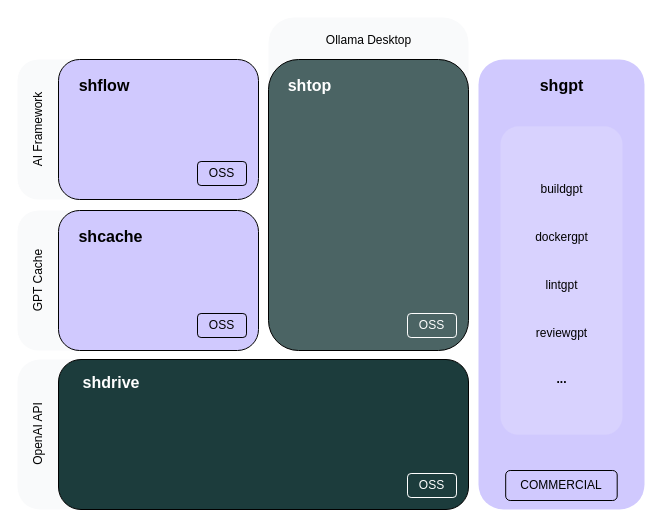
Before: diagram.drawio in ai-flowx/.github, a draw.io diagram. Source tidied: cells renumbered, new cells numbered last; positions are measured from the earlier drawing's top-left corner, leaving out a move shared by most shapes. Both pictures are drawn from the tidied source at 100%, with x=0, y=0 at pixel (17, 17).
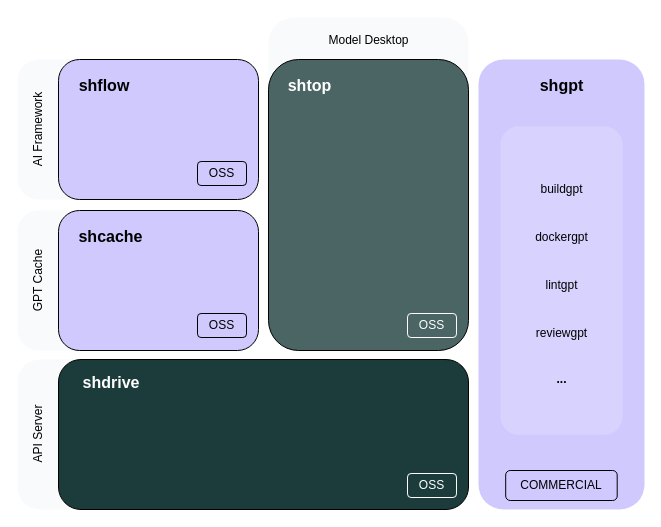
After the change.

The edit, as a diff of the source:
```diff
@@
-    <mxCell id="27" value="Ollama Desktop" style="text;html=1;strokeColor=none;fillColor=none;align=center;verticalAlign=middle;whiteSpace=wrap;rounded=1;fontStyle=0;fontColor=#000000;" parent="1" vertex="1">
+    <mxCell id="27" value="Model Desktop" style="text;html=1;strokeColor=none;fillColor=none;align=center;verticalAlign=middle;whiteSpace=wrap;rounded=1;fontStyle=0;fontColor=#000000;" parent="1" vertex="1">
       <mxGeometry x="302.8" y="11" width="96.5" height="24" as="geometry" />
     </mxCell>
-    <mxCell id="28" value="OpenAI API" style="text;html=1;strokeColor=none;fillColor=none;align=center;verticalAlign=middle;whiteSpace=wrap;rounded=1;fontStyle=0;fontColor=#000000;horizontal=0;" parent="1" vertex="1">
+    <mxCell id="28" value="API Server" style="text;html=1;strokeColor=none;fillColor=none;align=center;verticalAlign=middle;whiteSpace=wrap;rounded=1;fontStyle=0;fontColor=#000000;horizontal=0;" parent="1" vertex="1">
       <mxGeometry x="5" y="374" width="31" height="86" as="geometry" />
     </mxCell>
```
